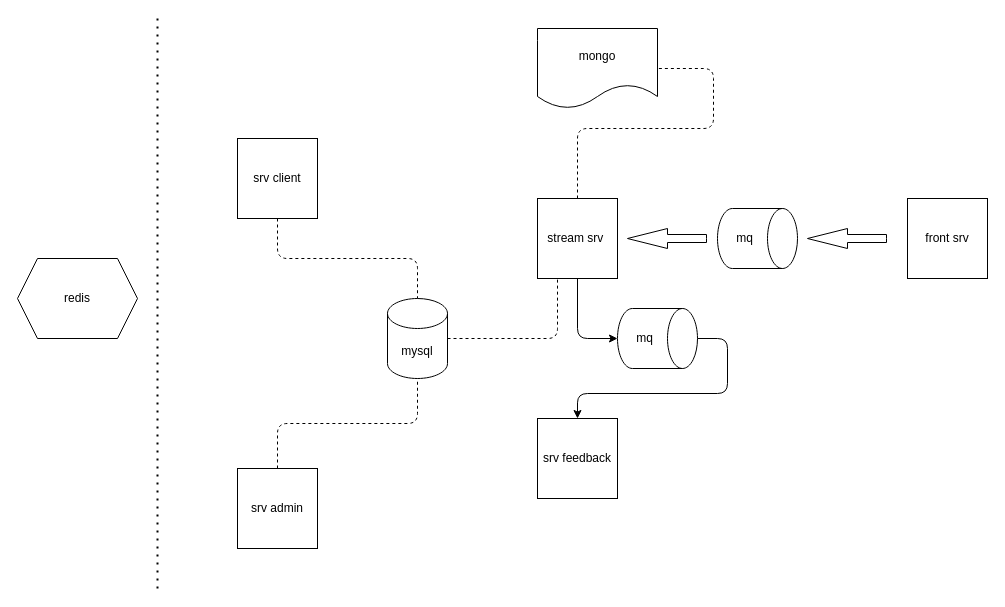
This is Untitled Diagram.drawio from hack0303/draw.io-store, a draw.io file, before an edit. Source tidied: cells renumbered, new cells numbered last; positions are measured from the earlier drawing's top-left corner, leaving out a move shared by most shapes. Both pictures are drawn from the tidied source at 100%, with x=0, y=0 at pixel (17, 18).
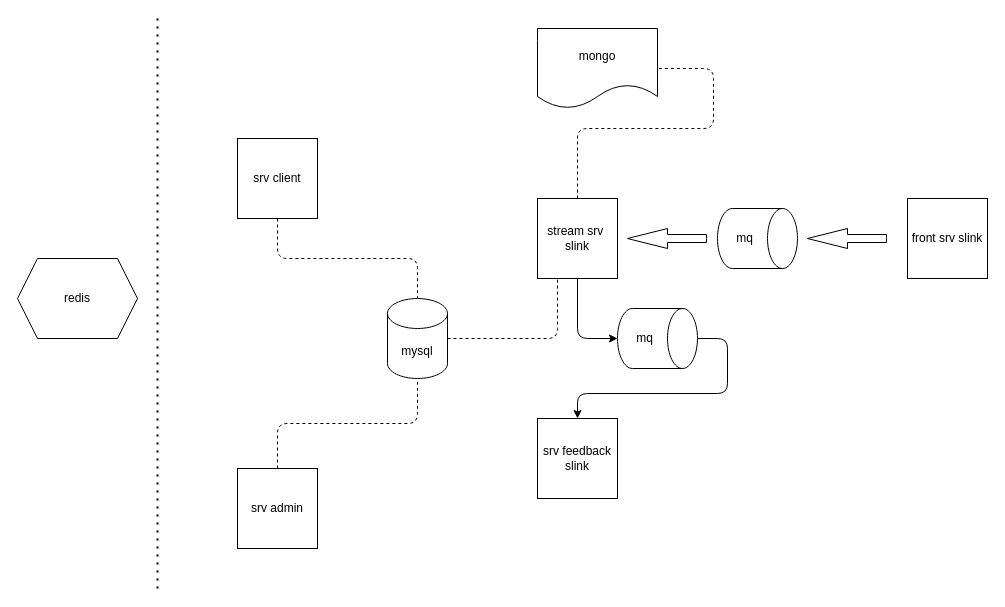
Above is the later version.

Diff of the diagram source:
```diff
@@
-    <mxCell id="3" value="stream srv&amp;nbsp;" style="whiteSpace=wrap;html=1;" parent="1" vertex="1">
+    <mxCell id="3" value="stream srv&amp;nbsp; slink" style="whiteSpace=wrap;html=1;" parent="1" vertex="1">
       <mxGeometry x="520" y="180" width="80" height="80" as="geometry" />
     </mxCell>
-    <mxCell id="4" value="front srv" style="whiteSpace=wrap;html=1;" parent="1" vertex="1">
+    <mxCell id="4" value="front srv slink" style="whiteSpace=wrap;html=1;" parent="1" vertex="1">
       <mxGeometry x="890" y="180" width="80" height="80" as="geometry" />
     </mxCell>
@@
-    <mxCell id="6" value="srv feedback" style="whiteSpace=wrap;html=1;" parent="1" vertex="1">
+    <mxCell id="6" value="srv feedback slink" style="whiteSpace=wrap;html=1;" parent="1" vertex="1">
       <mxGeometry x="520" y="400" width="80" height="80" as="geometry" />
     </mxCell>
```
